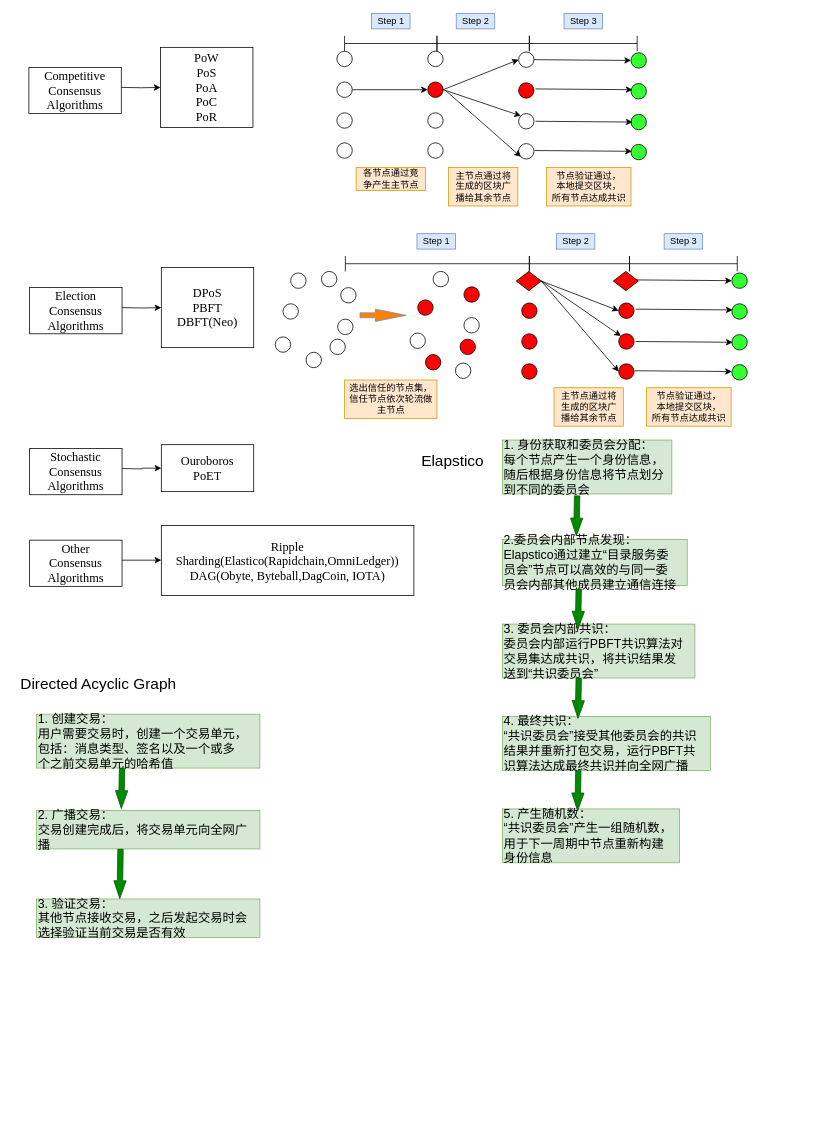
The draw.io diagram page "Consensus Algorithms Category" (2 of 4) of Blockchain_Consensus_Category/Blockchain Consensus Algorithms.drawio in LiZhang2021/Blockchain, before the edit. Source tidied: cells renumbered, new cells numbered last; positions are measured from the earlier drawing's top-left corner, leaving out a move shared by most shapes. Both pictures are drawn from the tidied source at 77%, with x=0, y=0 at pixel (13, 13).
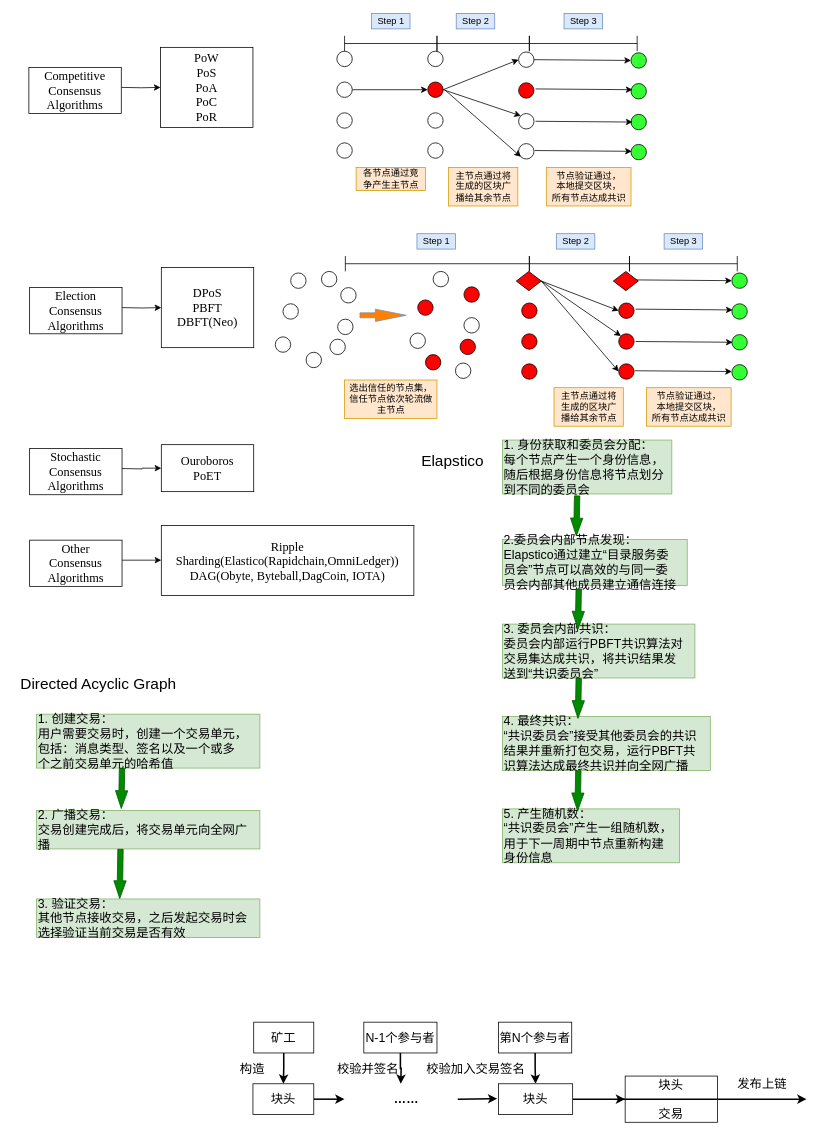
After the change.

Diff of the diagram source:
```diff
@@
+    <mxCell id="110" style="edgeStyle=orthogonalEdgeStyle;rounded=0;jettySize=auto;html=1;exitX=0.5;exitY=1;exitDx=0;exitDy=0;entryX=0.5;entryY=0;entryDx=0;entryDy=0;fontSize=16;strokeWidth=2;" parent="1" edge="1" source="111" target="113">
+      <mxGeometry relative="1" as="geometry" />
+    </mxCell>
+    <mxCell id="111" value="矿工" style="rounded=0;whiteSpace=wrap;html=1;fontSize=16;" parent="1" vertex="1">
+      <mxGeometry x="312" y="1310" width="78" height="40" as="geometry" />
+    </mxCell>
+    <mxCell id="112" style="edgeStyle=orthogonalEdgeStyle;rounded=0;jettySize=auto;html=1;exitX=1;exitY=0.5;exitDx=0;exitDy=0;fontSize=16;strokeWidth=2;" parent="1" edge="1" source="113">
+      <mxGeometry relative="1" as="geometry">
+        <mxPoint x="430" y="1410" as="targetPoint" />
+      </mxGeometry>
+    </mxCell>
+    <mxCell id="113" value="块头" style="rounded=0;whiteSpace=wrap;html=1;fontSize=16;" parent="1" vertex="1">
+      <mxGeometry x="311" y="1390" width="79" height="40" as="geometry" />
+    </mxCell>
+    <mxCell id="114" value="构造" style="text;html=1;align=center;verticalAlign=middle;strokeColor=none;fillColor=none;fontSize=16;" parent="1" vertex="1">
+      <mxGeometry x="285" y="1360" width="50" height="20" as="geometry" />
+    </mxCell>
+    <mxCell id="115" value="……" style="text;html=1;align=center;verticalAlign=middle;strokeColor=none;fillColor=none;fontSize=16;fontStyle=1;" parent="1" vertex="1">
+      <mxGeometry x="485" y="1400" width="50" height="20" as="geometry" />
+    </mxCell>
+    <mxCell id="116" style="edgeStyle=orthogonalEdgeStyle;rounded=0;jettySize=auto;html=1;exitX=0.5;exitY=1;exitDx=0;exitDy=0;fontSize=16;strokeWidth=2;" parent="1" edge="1" source="117">
+      <mxGeometry relative="1" as="geometry">
+        <mxPoint x="503" y="1390" as="targetPoint" />
+      </mxGeometry>
+    </mxCell>
+    <mxCell id="117" value="N-1个参与者" style="rounded=0;whiteSpace=wrap;html=1;fontSize=16;" parent="1" vertex="1">
+      <mxGeometry x="455" y="1310" width="95" height="40" as="geometry" />
+    </mxCell>
+    <mxCell id="118" value="校验并签名" style="text;html=1;align=center;verticalAlign=middle;strokeColor=none;fillColor=none;fontSize=16;" parent="1" vertex="1">
+      <mxGeometry x="410" y="1360" width="100" height="20" as="geometry" />
+    </mxCell>
+    <mxCell id="119" style="edgeStyle=orthogonalEdgeStyle;rounded=0;jettySize=auto;html=1;fontSize=16;strokeWidth=2;" parent="1" edge="1" source="120" target="122">
+      <mxGeometry relative="1" as="geometry" />
+    </mxCell>
+    <mxCell id="120" value="第N个参与者" style="rounded=0;whiteSpace=wrap;html=1;fontSize=16;" parent="1" vertex="1">
+      <mxGeometry x="630" y="1310" width="95" height="40" as="geometry" />
+    </mxCell>
+    <mxCell id="121" style="edgeStyle=orthogonalEdgeStyle;rounded=0;jettySize=auto;html=1;fontSize=16;strokeWidth=2;" parent="1" edge="1" source="122" target="126">
+      <mxGeometry relative="1" as="geometry" />
+    </mxCell>
+    <mxCell id="122" value="块头" style="whiteSpace=wrap;html=1;fontSize=16;rounded=0;" parent="1" vertex="1">
+      <mxGeometry x="630" y="1390" width="96.2" height="40" as="geometry" />
+    </mxCell>
+    <mxCell id="123" value="校验加入交易签名" style="text;html=1;align=center;verticalAlign=middle;strokeColor=none;fillColor=none;fontSize=16;" parent="1" vertex="1">
+      <mxGeometry x="530" y="1360" width="140" height="20" as="geometry" />
+    </mxCell>
+    <mxCell id="124" style="endArrow=classic;html=1;rounded=0;fontSize=16;strokeWidth=2;entryX=0.113;entryY=0.967;entryDx=0;entryDy=0;entryPerimeter=0;" parent="1" edge="1">
+      <mxGeometry relative="1" as="geometry">
+        <mxPoint x="577" y="1410" as="sourcePoint" />
+        <mxPoint x="628.3" y="1409.3" as="targetPoint" />
+      </mxGeometry>
+    </mxCell>
+    <mxCell id="125" style="edgeStyle=orthogonalEdgeStyle;rounded=0;jettySize=auto;html=1;exitX=1;exitY=0.5;exitDx=0;exitDy=0;fontSize=16;strokeWidth=2;" parent="1" edge="1" source="126">
+      <mxGeometry relative="1" as="geometry">
+        <mxPoint x="1030" y="1410" as="targetPoint" />
+      </mxGeometry>
+    </mxCell>
+    <mxCell id="126" value="块头&lt;br&gt;&lt;br&gt;交易" style="whiteSpace=wrap;html=1;fontSize=16;rounded=0;" parent="1" vertex="1">
+      <mxGeometry x="794.4" y="1380" width="120" height="60" as="geometry" />
+    </mxCell>
+    <mxCell id="127" style="endArrow=none;html=1;rounded=0;fontSize=16;strokeWidth=2;entryX=1;entryY=0.5;entryDx=0;entryDy=0;" parent="1" edge="1" target="126">
+      <mxGeometry relative="1" as="geometry">
+        <mxPoint x="790" y="1410" as="sourcePoint" />
+      </mxGeometry>
+    </mxCell>
+    <mxCell id="128" value="发布上链" style="text;html=1;align=center;verticalAlign=middle;strokeColor=none;fillColor=none;fontSize=16;" parent="1" vertex="1">
+      <mxGeometry x="932" y="1380" width="80" height="20" as="geometry" />
+    </mxCell>
```
